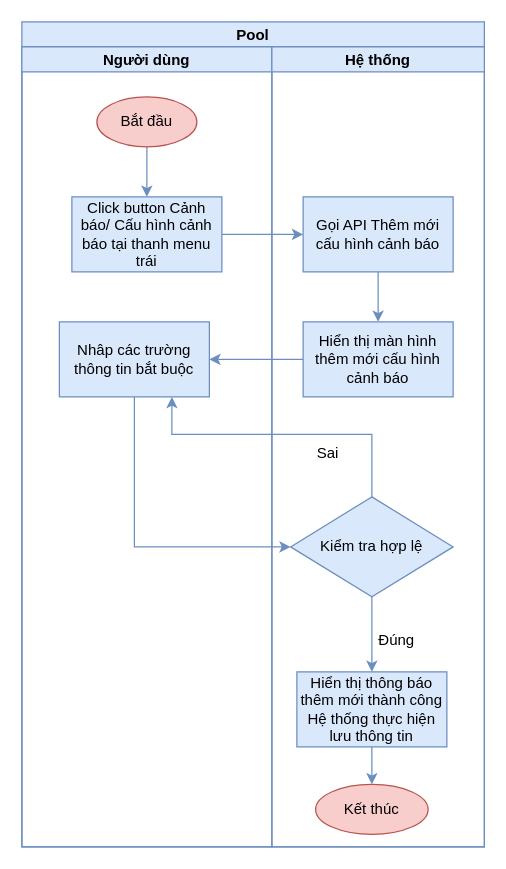
SapNguon/SapNguon keeps this draw.io diagram as page "Thêm mới cấu hình cảnh báo" (15 of 15) of Biểu đồ không có tiêu đề.drawio. Above is the earlier version. Source tidied: cells renumbered, new cells numbered last; positions are measured from the earlier drawing's top-left corner, leaving out a move shared by most shapes. Both pictures are drawn from the tidied source at 125%, with x=0, y=0 at pixel (21, 21).
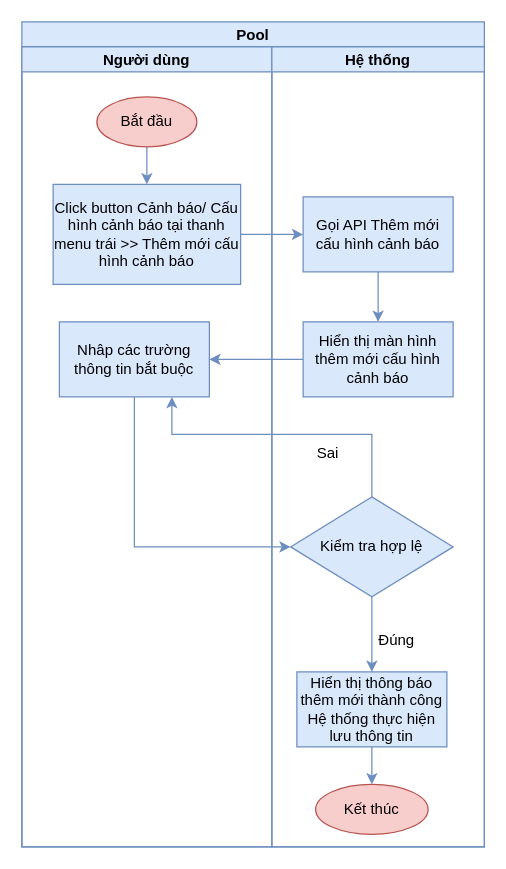
The same diagram, later.

Commit message:
Cập nhật Biểu đồ không có tiêu đề.drawio

The change refers to these unchanged cells:
```xml
<mxCell id="3" value="Người dùng" style="swimlane;startSize=20;fillColor=#dae8fc;strokeColor=#6c8ebf;" parent="2" vertex="1">
  <mxGeometry y="20" width="200" height="640" as="geometry" />
</mxCell>
```

What changed in the source:
```diff
@@
-    <mxCell id="6" value="Click button Cảnh báo/ Cấu hình cảnh báo tại thanh menu trái" style="whiteSpace=wrap;html=1;fillColor=#dae8fc;strokeColor=#6c8ebf;" parent="3" vertex="1">
-      <mxGeometry x="40" y="120" width="120" height="60" as="geometry" />
+    <mxCell id="6" value="Click button Cảnh báo/ Cấu hình cảnh báo tại thanh menu trái &amp;gt;&amp;gt; Thêm mới cấu hình cảnh báo" style="whiteSpace=wrap;html=1;fillColor=#dae8fc;strokeColor=#6c8ebf;" parent="3" vertex="1">
+      <mxGeometry x="25" y="110" width="150" height="80" as="geometry" />
     </mxCell>
```
